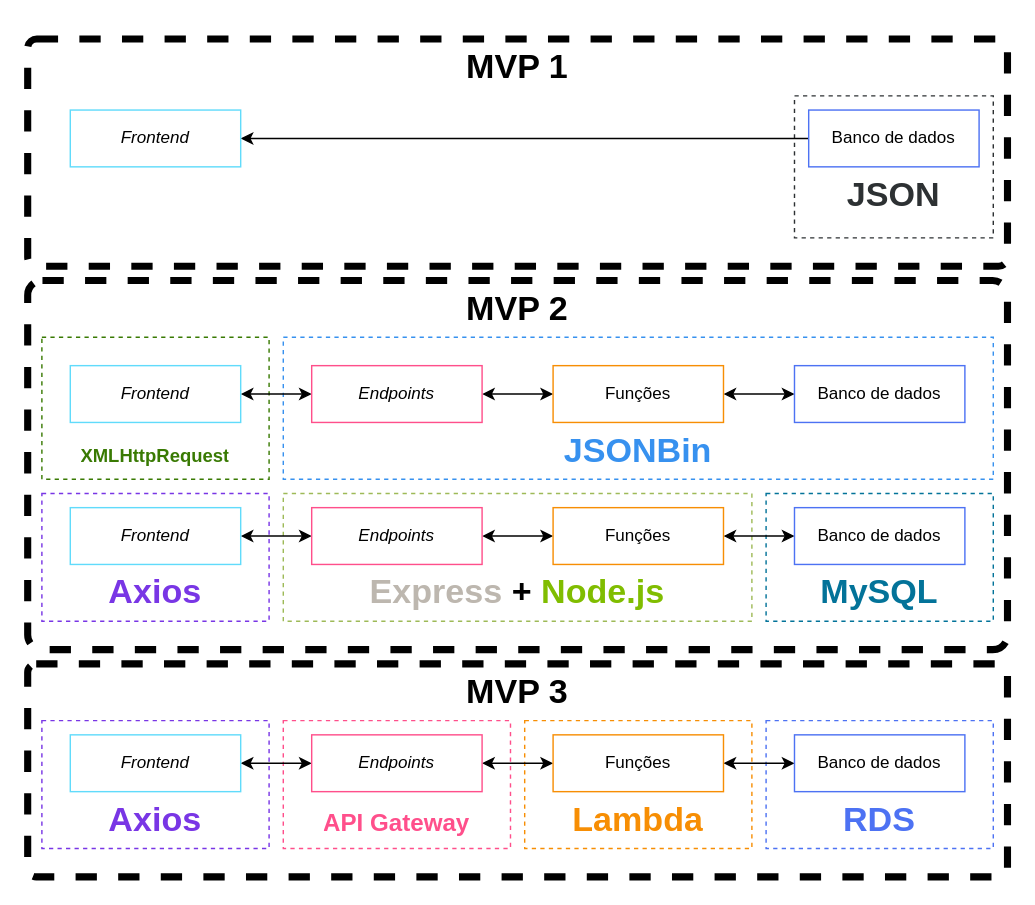
This is page "Progressão Transposta" (2 of 4) of Files/Outras monografias/202405 - João Vítor Fernandes Dias/Texto/Diagramas/Drawio/API.drawio from UENF-Organizacao-de-Disciplinas/INF01131-Monografia, a draw.io file, before an edit. Source tidied: cells renumbered, new cells numbered last; positions are measured from the earlier drawing's top-left corner, leaving out a move shared by most shapes. Both pictures are drawn from the tidied source at 142%, with x=0, y=0 at pixel (27, 38).
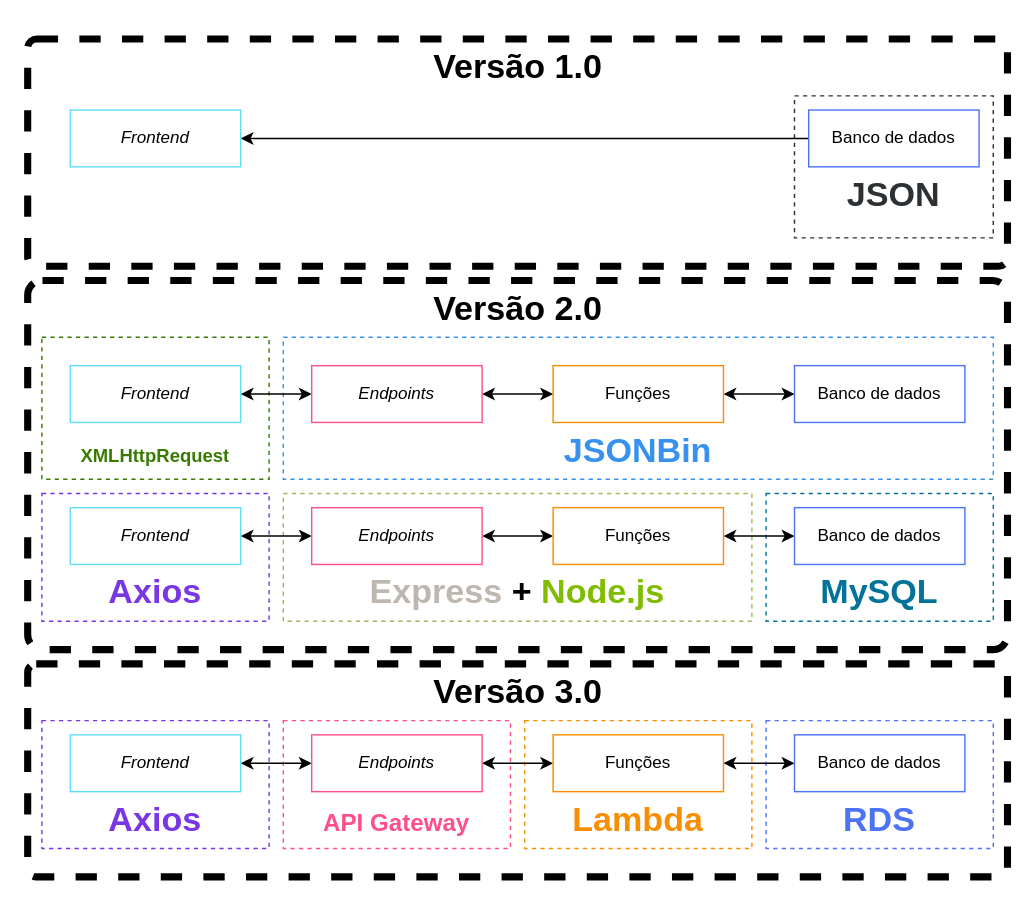
The same page after the edit.

The edit, as a diff of the source:
```diff
@@
-    <mxCell id="48" value="&lt;h1&gt;MVP 2&lt;/h1&gt;" style="text;html=1;strokeColor=none;fillColor=none;spacing=5;spacingTop=-20;whiteSpace=wrap;overflow=hidden;rounded=0;dashed=1;align=center;" parent="1" vertex="1">
-      <mxGeometry x="285" y="170" width="120" height="40" as="geometry" />
+    <mxCell id="48" value="&lt;h1&gt;Versão 2.0&lt;/h1&gt;" style="text;html=1;strokeColor=none;fillColor=none;spacing=5;spacingTop=-20;whiteSpace=wrap;overflow=hidden;rounded=0;dashed=1;align=center;" parent="1" vertex="1">
+      <mxGeometry x="277.5" y="170" width="135" height="40" as="geometry" />
     </mxCell>
-    <mxCell id="49" value="&lt;h1&gt;MVP 1&lt;/h1&gt;" style="text;html=1;strokeColor=none;fillColor=none;spacing=5;spacingTop=-20;whiteSpace=wrap;overflow=hidden;rounded=0;dashed=1;align=center;" parent="1" vertex="1">
-      <mxGeometry x="285" width="120" height="40" as="geometry" />
+    <mxCell id="49" value="&lt;h1&gt;Versão 1.0&lt;/h1&gt;" style="text;html=1;strokeColor=none;fillColor=none;spacing=5;spacingTop=-20;whiteSpace=wrap;overflow=hidden;rounded=0;dashed=1;align=center;" parent="1" vertex="1">
+      <mxGeometry x="277.5" width="135" height="40" as="geometry" />
     </mxCell>
-    <mxCell id="50" value="&lt;h1&gt;MVP 3&lt;/h1&gt;" style="text;html=1;strokeColor=none;fillColor=none;spacing=5;spacingTop=-20;whiteSpace=wrap;overflow=hidden;rounded=0;dashed=1;align=center;" parent="1" vertex="1">
-      <mxGeometry x="285" y="440" width="120" height="40" as="geometry" />
+    <mxCell id="50" value="&lt;h1&gt;Versão 3.0&lt;/h1&gt;" style="text;html=1;strokeColor=none;fillColor=none;spacing=5;spacingTop=-20;whiteSpace=wrap;overflow=hidden;rounded=0;dashed=1;align=center;" parent="1" vertex="1">
+      <mxGeometry x="277.5" y="440" width="135" height="40" as="geometry" />
     </mxCell>
```
